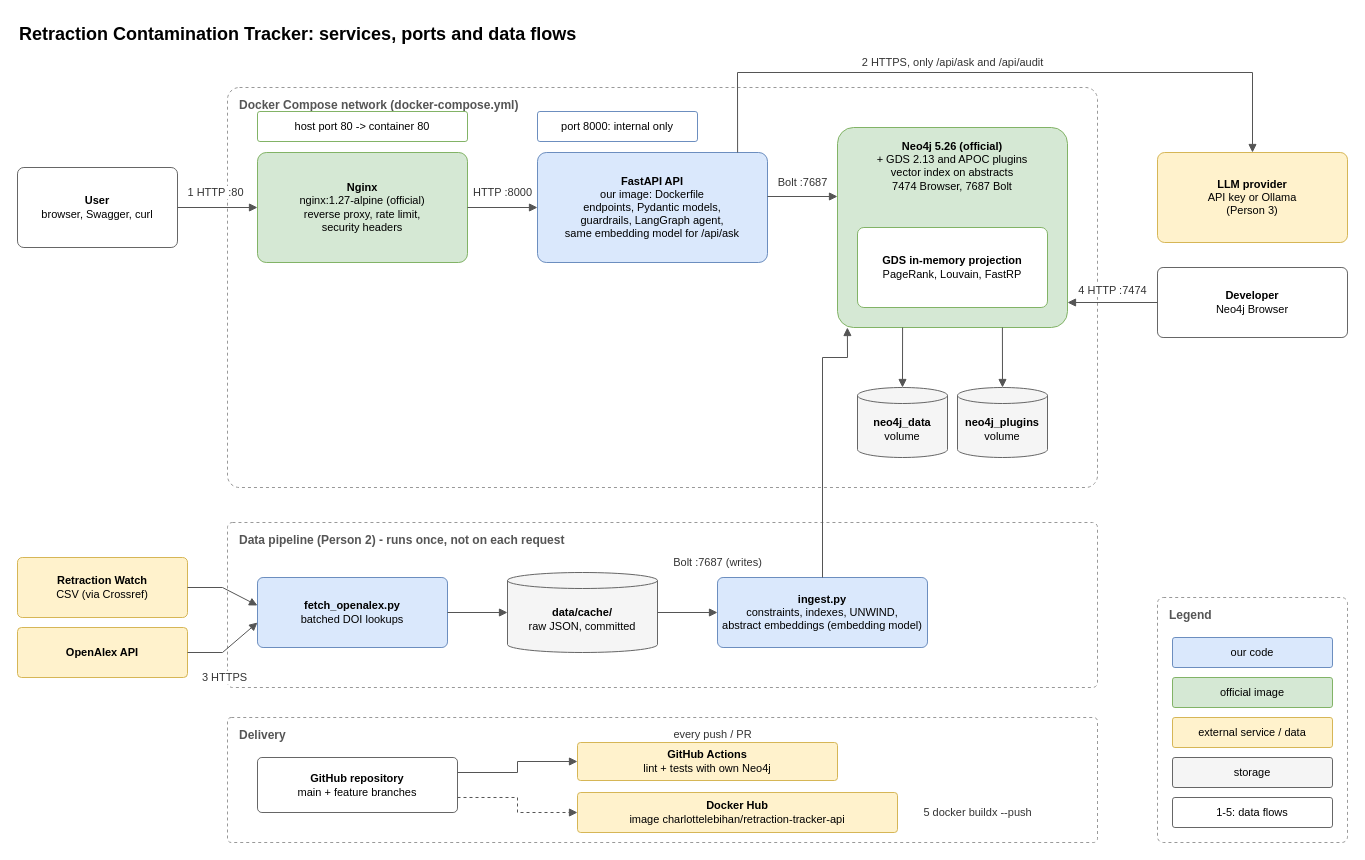
Before: docs/architecture.drawio in CharlotteLeBihan18/Retraction-Contamination-Tracker, a draw.io diagram. Source tidied: cells renumbered, new cells numbered last; positions are measured from the earlier drawing's top-left corner, leaving out a move shared by most shapes. Both pictures are drawn from the tidied source at 100%, with x=0, y=0 at pixel (17, 17).
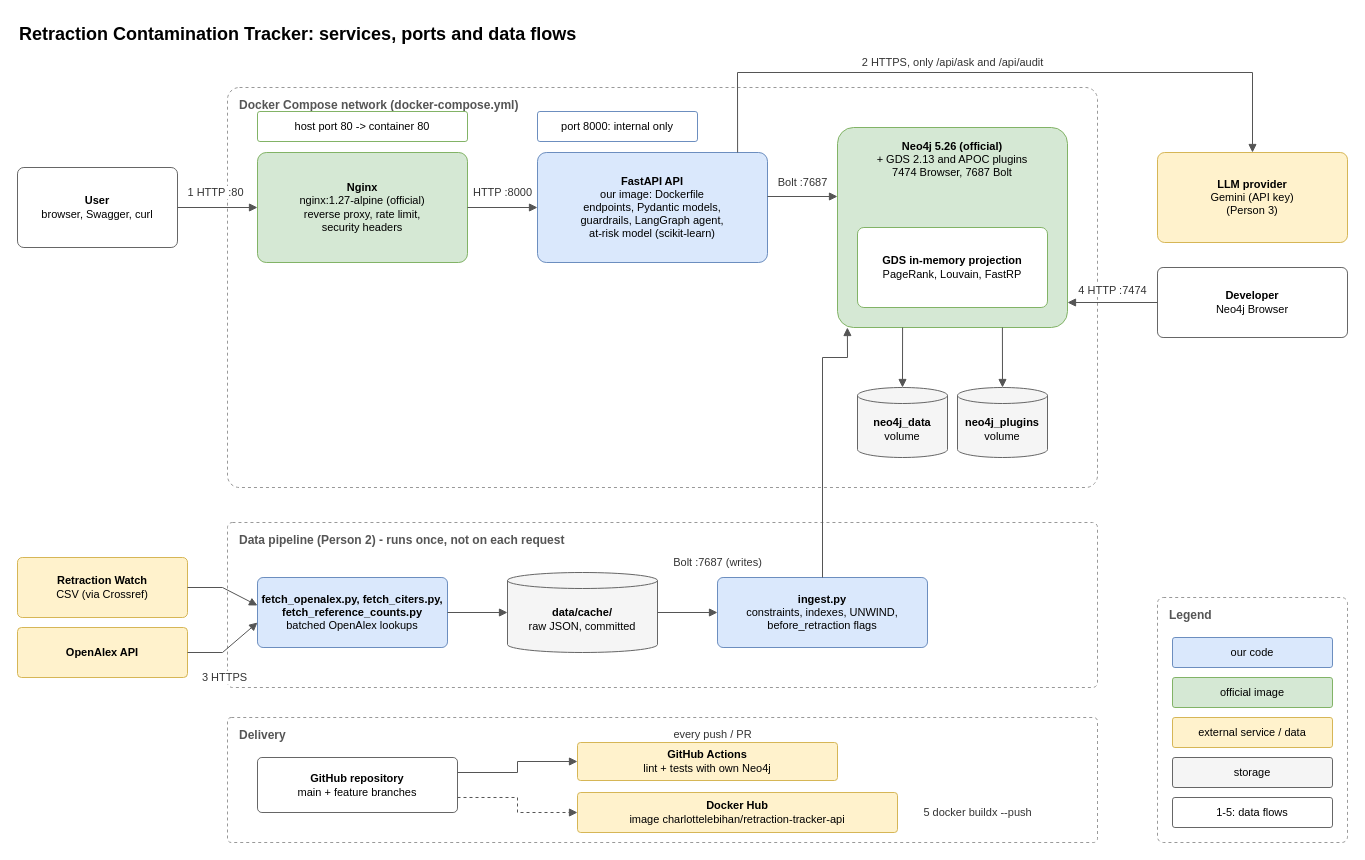
The same page after the edit.

Commit message (it also covers changes not shown here):
docs: align the architecture diagram with the code (no vector search)

What changed in the source:
```diff
@@
-    <mxCell id="7" value="&lt;b&gt;FastAPI API&lt;/b&gt;&lt;br&gt;our image: Dockerfile&lt;br&gt;endpoints, Pydantic models,&lt;br&gt;guardrails, LangGraph agent,&lt;br&gt;same embedding model for /api/ask" style="rounded=1;arcSize=8;whiteSpace=wrap;html=1;fillColor=#dae8fc;strokeColor=#6c8ebf;fontSize=11;" parent="1" vertex="1">
+    <mxCell id="7" value="&lt;b&gt;FastAPI API&lt;/b&gt;&lt;br&gt;our image: Dockerfile&lt;br&gt;endpoints, Pydantic models,&lt;br&gt;guardrails, LangGraph agent,&lt;br&gt;at-risk model (scikit-learn)" style="rounded=1;arcSize=8;whiteSpace=wrap;html=1;fillColor=#dae8fc;strokeColor=#6c8ebf;fontSize=11;" parent="1" vertex="1">
       <mxGeometry x="520" y="135" width="230" height="110" as="geometry" />
     </mxCell>
-    <mxCell id="8" value="&lt;b&gt;Neo4j 5.26 (official)&lt;/b&gt;&lt;br&gt;+ GDS 2.13 and APOC plugins&lt;br&gt;vector index on abstracts&lt;br&gt;7474 Browser, 7687 Bolt" style="rounded=1;arcSize=8;whiteSpace=wrap;html=1;fillColor=#d5e8d4;strokeColor=#82b366;fontSize=11;verticalAlign=top;spacingTop=6;" parent="1" vertex="1">
+    <mxCell id="8" value="&lt;b&gt;Neo4j 5.26 (official)&lt;/b&gt;&lt;br&gt;+ GDS 2.13 and APOC plugins&lt;br&gt;7474 Browser, 7687 Bolt" style="rounded=1;arcSize=8;whiteSpace=wrap;html=1;fillColor=#d5e8d4;strokeColor=#82b366;fontSize=11;verticalAlign=top;spacingTop=6;" parent="1" vertex="1">
       <mxGeometry x="820" y="110" width="230" height="200" as="geometry" />
     </mxCell>
@@
-    <mxCell id="15" value="&lt;b&gt;LLM provider&lt;/b&gt;&lt;br&gt;API key or Ollama&lt;br&gt;(Person 3)" style="rounded=1;arcSize=8;whiteSpace=wrap;html=1;fillColor=#fff2cc;strokeColor=#d6b656;fontSize=11;" parent="1" vertex="1">
+    <mxCell id="15" value="&lt;b&gt;LLM provider&lt;/b&gt;&lt;br&gt;Gemini (API key)&lt;br&gt;(Person 3)" style="rounded=1;arcSize=8;whiteSpace=wrap;html=1;fillColor=#fff2cc;strokeColor=#d6b656;fontSize=11;" parent="1" vertex="1">
       <mxGeometry x="1140" y="135" width="190" height="90" as="geometry" />
     </mxCell>
@@
-    <mxCell id="19" value="&lt;b&gt;fetch_openalex.py&lt;/b&gt;&lt;br&gt;batched DOI lookups" style="rounded=1;arcSize=8;whiteSpace=wrap;html=1;fillColor=#dae8fc;strokeColor=#6c8ebf;fontSize=11;" parent="1" vertex="1">
+    <mxCell id="19" value="&lt;b&gt;fetch_openalex.py, fetch_citers.py,&lt;br&gt;fetch_reference_counts.py&lt;/b&gt;&lt;br&gt;batched OpenAlex lookups" style="rounded=1;arcSize=8;whiteSpace=wrap;html=1;fillColor=#dae8fc;strokeColor=#6c8ebf;fontSize=11;" parent="1" vertex="1">
       <mxGeometry x="240" y="560" width="190" height="70" as="geometry" />
     </mxCell>
@@
-    <mxCell id="21" value="&lt;b&gt;ingest.py&lt;/b&gt;&lt;br&gt;constraints, indexes, UNWIND,&lt;br&gt;abstract embeddings (embedding model)" style="rounded=1;arcSize=8;whiteSpace=wrap;html=1;fillColor=#dae8fc;strokeColor=#6c8ebf;fontSize=11;" parent="1" vertex="1">
+    <mxCell id="21" value="&lt;b&gt;ingest.py&lt;/b&gt;&lt;br&gt;constraints, indexes, UNWIND,&lt;br&gt;before_retraction flags" style="rounded=1;arcSize=8;whiteSpace=wrap;html=1;fillColor=#dae8fc;strokeColor=#6c8ebf;fontSize=11;" parent="1" vertex="1">
       <mxGeometry x="700" y="560" width="210" height="70" as="geometry" />
     </mxCell>
```
